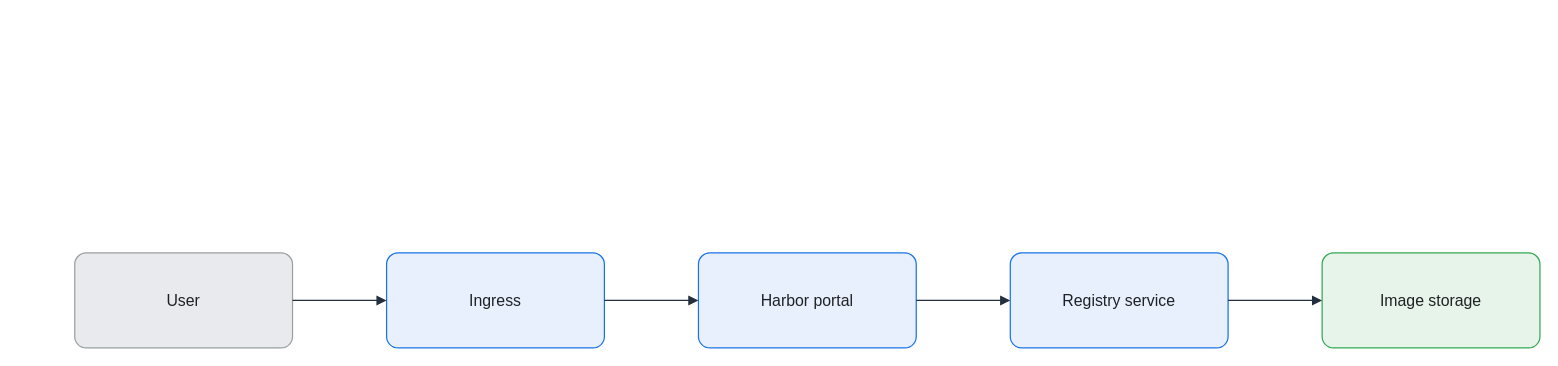
Before: assets/img/registry/harbor-kubernetes-architecture.drawio in KKamJi98/kkamji98.github.io, a draw.io diagram. Source tidied: cells renumbered, new cells numbered last; positions are measured from the earlier drawing's top-left corner, leaving out a move shared by most shapes. Both pictures are drawn from the tidied source at 99%, with x=0, y=0 at pixel (74, 252).
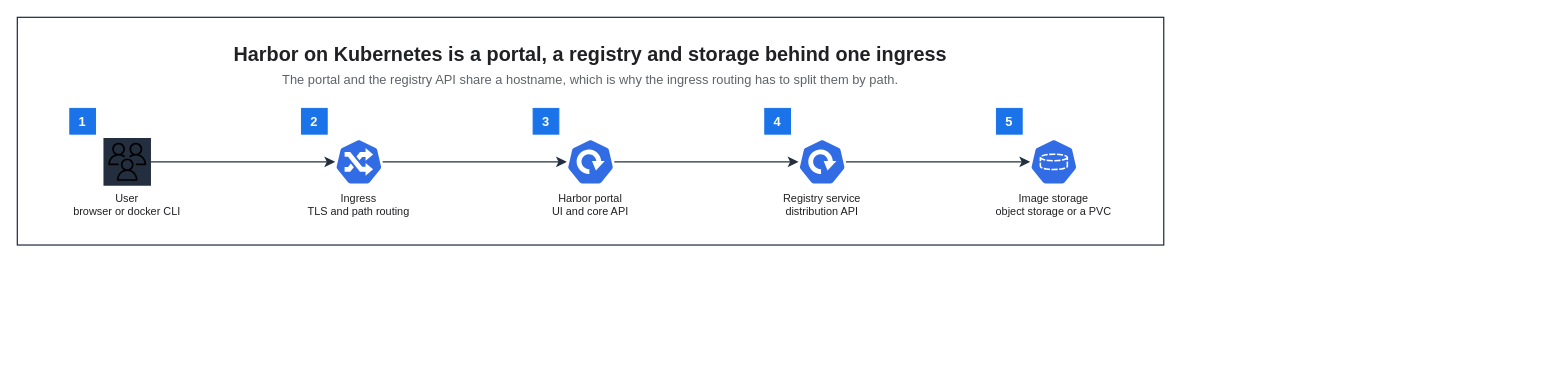
The same page after the edit.

Change to the diagram source:
```diff
@@
 <mxGraphModel background="#FFFFFF">
   <root>
     <mxCell id="0" />
     <mxCell id="1" parent="0" />
-    <mxCell id="2" value="User" style="rounded=1;arcSize=12;whiteSpace=wrap;html=0;fillColor=#E8EAED;strokeColor=#9AA0A6;strokeWidth=1.25;fontColor=#202124;fontSize=16;align=center;verticalAlign=middle;spacing=8;shadow=0;" parent="1" vertex="1">
-      <mxGeometry width="220" height="96" as="geometry" />
-    </mxCell>
-    <mxCell id="3" value="Ingress" style="rounded=1;arcSize=12;whiteSpace=wrap;html=0;fillColor=#E8F0FE;strokeColor=#1A73E8;strokeWidth=1.25;fontColor=#202124;fontSize=16;align=center;verticalAlign=middle;spacing=8;shadow=0;" parent="1" vertex="1">
-      <mxGeometry x="315" width="220" height="96" as="geometry" />
-    </mxCell>
-    <mxCell id="4" value="Harbor portal" style="rounded=1;arcSize=12;whiteSpace=wrap;html=0;fillColor=#E8F0FE;strokeColor=#1A73E8;strokeWidth=1.25;fontColor=#202124;fontSize=16;align=center;verticalAlign=middle;spacing=8;shadow=0;" parent="1" vertex="1">
-      <mxGeometry x="630" width="220" height="96" as="geometry" />
-    </mxCell>
-    <mxCell id="5" value="Registry service" style="rounded=1;arcSize=12;whiteSpace=wrap;html=0;fillColor=#E8F0FE;strokeColor=#1A73E8;strokeWidth=1.25;fontColor=#202124;fontSize=16;align=center;verticalAlign=middle;spacing=8;shadow=0;" parent="1" vertex="1">
-      <mxGeometry x="945" width="220" height="96" as="geometry" />
-    </mxCell>
-    <mxCell id="6" value="Image storage" style="rounded=1;arcSize=12;whiteSpace=wrap;html=0;fillColor=#E6F4EA;strokeColor=#34A853;strokeWidth=1.25;fontColor=#202124;fontSize=16;align=center;verticalAlign=middle;spacing=8;shadow=0;" parent="1" vertex="1">
-      <mxGeometry x="1260" width="220" height="96" as="geometry" />
-    </mxCell>
-    <mxCell id="7" style="edgeStyle=orthogonalEdgeStyle;rounded=0;jettySize=auto;html=0;endArrow=block;endFill=1;strokeColor=#232F3E;strokeWidth=1.25;fontColor=#202124;labelBackgroundColor=none;exitX=1;exitY=0.5;exitDx=0;exitDy=0;entryX=0;entryY=0.5;entryDx=0;entryDy=0;endSize=7;" parent="1" edge="1" source="2" target="3">
-      <mxGeometry relative="1" as="geometry" />
-    </mxCell>
-    <mxCell id="8" style="edgeStyle=orthogonalEdgeStyle;rounded=0;jettySize=auto;html=0;endArrow=block;endFill=1;strokeColor=#232F3E;strokeWidth=1.25;fontColor=#202124;labelBackgroundColor=none;exitX=1;exitY=0.5;exitDx=0;exitDy=0;entryX=0;entryY=0.5;entryDx=0;entryDy=0;endSize=7;" parent="1" edge="1" source="3" target="4">
-      <mxGeometry relative="1" as="geometry" />
-    </mxCell>
-    <mxCell id="9" style="edgeStyle=orthogonalEdgeStyle;rounded=0;jettySize=auto;html=0;endArrow=block;endFill=1;strokeColor=#232F3E;strokeWidth=1.25;fontColor=#202124;labelBackgroundColor=none;exitX=1;exitY=0.5;exitDx=0;exitDy=0;entryX=0;entryY=0.5;entryDx=0;entryDy=0;endSize=7;" parent="1" edge="1" source="4" target="5">
-      <mxGeometry relative="1" as="geometry" />
-    </mxCell>
-    <mxCell id="10" style="edgeStyle=orthogonalEdgeStyle;rounded=0;jettySize=auto;html=0;endArrow=block;endFill=1;strokeColor=#232F3E;strokeWidth=1.25;fontColor=#202124;labelBackgroundColor=none;exitX=1;exitY=0.5;exitDx=0;exitDy=0;entryX=0;entryY=0.5;entryDx=0;entryDy=0;endSize=7;" parent="1" edge="1" source="5" target="6">
-      <mxGeometry relative="1" as="geometry" />
-    </mxCell>
+    <mxCell id="11" style="rounded=0;html=0;fillColor=none;strokeColor=#232F3E;fontColor=#202124;strokeWidth=1.25;" parent="1" vertex="1">
+      <mxGeometry x="-58" y="-238" width="1158" height="230" as="geometry" />
+    </mxCell>
+    <mxCell id="12" value="Harbor on Kubernetes is a portal, a registry and storage behind one ingress" style="text;html=0;whiteSpace=wrap;fillColor=none;strokeColor=none;fontColor=#202124;fontSize=20;fontStyle=1;align=center;verticalAlign=middle;" parent="1" vertex="1">
+      <mxGeometry x="-36" y="-216" width="1114" height="30" as="geometry" />
+    </mxCell>
+    <mxCell id="13" value="The portal and the registry API share a hostname, which is why the ingress routing has to split them by path." style="text;html=0;whiteSpace=wrap;fillColor=none;strokeColor=none;fontColor=#5F6368;fontSize=13;fontStyle=0;align=center;verticalAlign=middle;" parent="1" vertex="1">
+      <mxGeometry x="-36" y="-186" width="1114" height="22" as="geometry" />
+    </mxCell>
+    <mxCell id="14" value="User&#10;browser or docker CLI" style="sketch=0;outlineConnect=0;gradientColor=none;html=0;whiteSpace=nowrap;fontSize=11;fontStyle=0;fontColor=#202124;verticalLabelPosition=bottom;verticalAlign=top;align=center;labelBackgroundColor=none;fillColor=#232F3E;strokeColor=none;dashed=0;shape=mxgraph.aws4.resourceIcon;resIcon=mxgraph.aws4.users;" parent="1" vertex="1">
+      <mxGeometry x="29" y="-116" width="48" height="48" as="geometry" />
+    </mxCell>
+    <mxCell id="15" value="Ingress&#10;TLS and path routing" style="sketch=0;outlineConnect=0;gradientColor=none;html=0;whiteSpace=nowrap;fontSize=11;fontStyle=0;fontColor=#202124;verticalLabelPosition=bottom;verticalAlign=top;align=center;labelBackgroundColor=none;fillColor=#326CE5;strokeColor=none;dashed=0;shape=mxgraph.kubernetes.icon;prIcon=ing;" parent="1" vertex="1">
+      <mxGeometry x="263" y="-116" width="48" height="48" as="geometry" />
+    </mxCell>
+    <mxCell id="16" value="Harbor portal&#10;UI and core API" style="sketch=0;outlineConnect=0;gradientColor=none;html=0;whiteSpace=nowrap;fontSize=11;fontStyle=0;fontColor=#202124;verticalLabelPosition=bottom;verticalAlign=top;align=center;labelBackgroundColor=none;fillColor=#326CE5;strokeColor=none;dashed=0;shape=mxgraph.kubernetes.icon;prIcon=deploy;" parent="1" vertex="1">
+      <mxGeometry x="497" y="-116" width="48" height="48" as="geometry" />
+    </mxCell>
+    <mxCell id="17" value="Registry service&#10;distribution API" style="sketch=0;outlineConnect=0;gradientColor=none;html=0;whiteSpace=nowrap;fontSize=11;fontStyle=0;fontColor=#202124;verticalLabelPosition=bottom;verticalAlign=top;align=center;labelBackgroundColor=none;fillColor=#326CE5;strokeColor=none;dashed=0;shape=mxgraph.kubernetes.icon;prIcon=deploy;" parent="1" vertex="1">
+      <mxGeometry x="731" y="-116" width="48" height="48" as="geometry" />
+    </mxCell>
+    <mxCell id="18" value="Image storage&#10;object storage or a PVC" style="sketch=0;outlineConnect=0;gradientColor=none;html=0;whiteSpace=nowrap;fontSize=11;fontStyle=0;fontColor=#202124;verticalLabelPosition=bottom;verticalAlign=top;align=center;labelBackgroundColor=none;fillColor=#326CE5;strokeColor=none;dashed=0;shape=mxgraph.kubernetes.icon;prIcon=pvc;" parent="1" vertex="1">
+      <mxGeometry x="965" y="-116" width="48" height="48" as="geometry" />
+    </mxCell>
+    <mxCell id="19" value="1" style="rounded=0;whiteSpace=wrap;html=0;fillColor=#1A73E8;strokeColor=#1A73E8;fontColor=#FFFFFF;fontSize=13;fontStyle=1;align=center;verticalAlign=middle;" parent="1" vertex="1">
+      <mxGeometry x="-5" y="-146" width="26" height="26" as="geometry" />
+    </mxCell>
+    <mxCell id="20" value="2" style="rounded=0;whiteSpace=wrap;html=0;fillColor=#1A73E8;strokeColor=#1A73E8;fontColor=#FFFFFF;fontSize=13;fontStyle=1;align=center;verticalAlign=middle;" parent="1" vertex="1">
+      <mxGeometry x="229" y="-146" width="26" height="26" as="geometry" />
+    </mxCell>
+    <mxCell id="21" value="3" style="rounded=0;whiteSpace=wrap;html=0;fillColor=#1A73E8;strokeColor=#1A73E8;fontColor=#FFFFFF;fontSize=13;fontStyle=1;align=center;verticalAlign=middle;" parent="1" vertex="1">
+      <mxGeometry x="463" y="-146" width="26" height="26" as="geometry" />
+    </mxCell>
+    <mxCell id="22" value="4" style="rounded=0;whiteSpace=wrap;html=0;fillColor=#1A73E8;strokeColor=#1A73E8;fontColor=#FFFFFF;fontSize=13;fontStyle=1;align=center;verticalAlign=middle;" parent="1" vertex="1">
+      <mxGeometry x="697" y="-146" width="26" height="26" as="geometry" />
+    </mxCell>
+    <mxCell id="23" value="5" style="rounded=0;whiteSpace=wrap;html=0;fillColor=#1A73E8;strokeColor=#1A73E8;fontColor=#FFFFFF;fontSize=13;fontStyle=1;align=center;verticalAlign=middle;" parent="1" vertex="1">
+      <mxGeometry x="931" y="-146" width="26" height="26" as="geometry" />
+    </mxCell>
+    <mxCell id="24" style="edgeStyle=orthogonalEdgeStyle;rounded=0;html=0;strokeColor=#232F3E;strokeWidth=1.25;endArrow=classic;endFill=1;endSize=7;fontSize=11;fontColor=#202124;labelBackgroundColor=none;jettySize=14;exitX=1;exitY=0.5;entryX=0;entryY=0.5;exitDx=0;exitDy=0;entryDx=0;entryDy=0;" parent="1" edge="1" source="14" target="15">
+      <mxGeometry relative="1" as="geometry" />
+    </mxCell>
+    <mxCell id="25" style="edgeStyle=orthogonalEdgeStyle;rounded=0;html=0;strokeColor=#232F3E;strokeWidth=1.25;endArrow=classic;endFill=1;endSize=7;fontSize=11;fontColor=#202124;labelBackgroundColor=none;jettySize=14;exitX=1;exitY=0.5;entryX=0;entryY=0.5;exitDx=0;exitDy=0;entryDx=0;entryDy=0;" parent="1" edge="1" source="15" target="16">
+      <mxGeometry relative="1" as="geometry" />
+    </mxCell>
+    <mxCell id="26" style="edgeStyle=orthogonalEdgeStyle;rounded=0;html=0;strokeColor=#232F3E;strokeWidth=1.25;endArrow=classic;endFill=1;endSize=7;fontSize=11;fontColor=#202124;labelBackgroundColor=none;jettySize=14;exitX=1;exitY=0.5;entryX=0;entryY=0.5;exitDx=0;exitDy=0;entryDx=0;entryDy=0;" parent="1" edge="1" source="16" target="17">
+      <mxGeometry relative="1" as="geometry" />
+    </mxCell>
+    <mxCell id="27" style="edgeStyle=orthogonalEdgeStyle;rounded=0;html=0;strokeColor=#232F3E;strokeWidth=1.25;endArrow=classic;endFill=1;endSize=7;fontSize=11;fontColor=#202124;labelBackgroundColor=none;jettySize=14;exitX=1;exitY=0.5;entryX=0;entryY=0.5;exitDx=0;exitDy=0;entryDx=0;entryDy=0;" parent="1" edge="1" source="17" target="18">
+      <mxGeometry relative="1" as="geometry" />
+    </mxCell>
   </root>
 </mxGraphModel>
```
